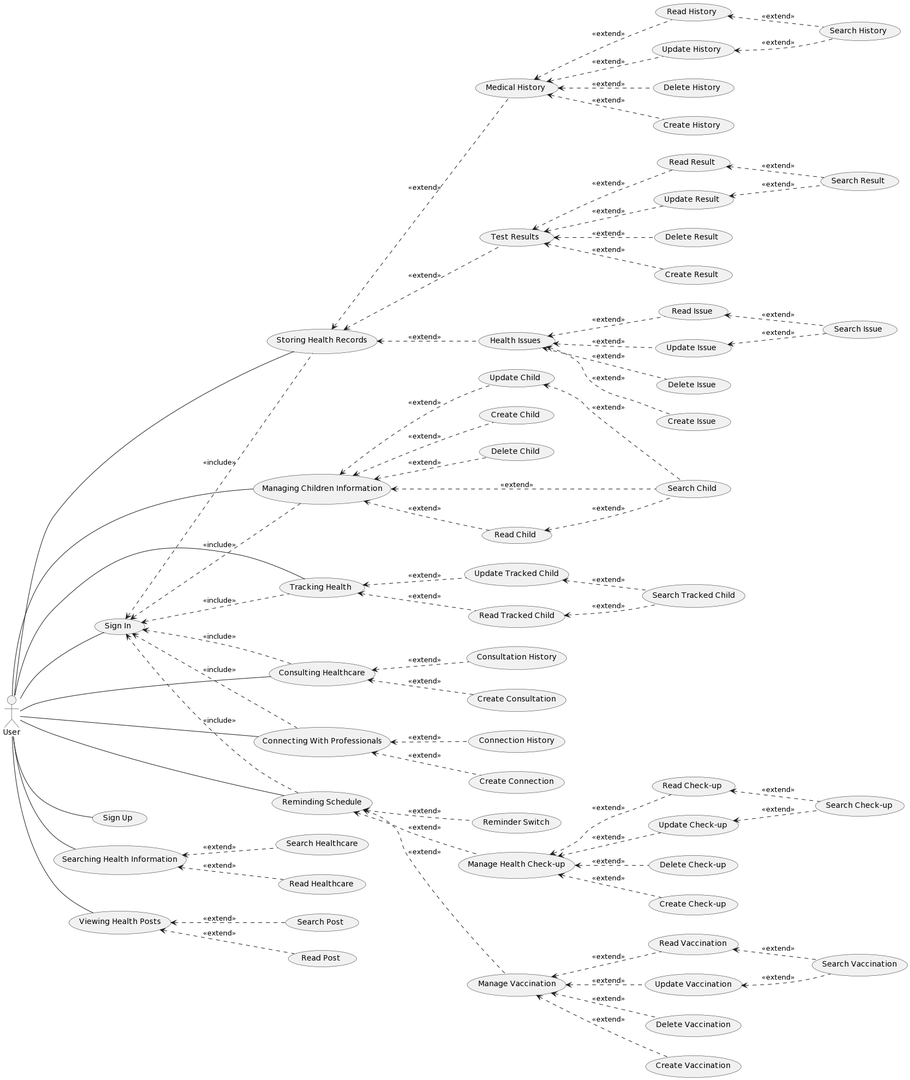
quangnk97/SE357-Pratice-class keeps this PlantUML diagram as Lab 1.2/usecase/use_case.png. Above is the earlier version. Source of this version:
```plantuml
@startuml
left to right direction
"User" as u
(Sign In) as (UC1)
(Sign Up) as (UC2)
(Searching Health Information) as (UC3)
(Managing Children Information) as (UC4)
(Tracking Health) as (UC5)
(Storing Health Records) as (UC6)
(Consulting Healthcare) as (UC7)
(Connecting With Professionals) as (UC8)
(Reminding Schedule) as (UC9)
(Viewing Health Posts) as (UC10)

:u: -- (UC1)
:u: -- (UC2)
:u: -- (UC3)
:u: -- (UC4)
:u: -- (UC5)
:u: -- (UC6)
:u: -- (UC7)
:u: -- (UC8)
:u: -- (UC9)
:u: -- (UC10)

(UC1) <.. (UC4) : <<include>>
(UC1) <.. (UC5) : <<include>>
(UC1) <.. (UC6) : <<include>>
(UC1) <.. (UC7) : <<include>>
(UC1) <.. (UC8) : <<include>>
(UC1) <.. (UC9) : <<include>>

(UC3) <.. (Search Healthcare) : <<extend>>
(UC3) <.. (Read Healthcare) : <<extend>>

(UC4) <.. (Search Child) : <<extend>>
(UC4) <.. (Create Child) : <<extend>>
(UC4) <.. (Read Child) : <<extend>>
(Read Child) <.. (Search Child) : <<extend>>
(UC4) <.. (Update Child) : <<extend>>
(Update Child) <.. (Search Child) : <<extend>>
(UC4) <.. (Delete Child) : <<extend>>

(UC5) <.. (Read Tracked Child) : <<extend>>
(Read Tracked Child) <.. (Search Tracked Child) : <<extend>>
(UC5) <.. (Update Tracked Child) : <<extend>>
(Update Tracked Child) <.. (Search Tracked Child) : <<extend>>

(UC6) <.. (Medical History) : <<extend>>
(UC6) <.. (Test Results) : <<extend>>
(UC6) <.. (Health Issues) : <<extend>>

(Medical History) <.. (Create History) : <<extend>>
(Medical History) <.. (Read History) : <<extend>>
(Read History) <.. (Search History) : <<extend>>
(Medical History) <.. (Update History) : <<extend>>
(Update History) <.. (Search History) : <<extend>>
(Medical History) <.. (Delete History) : <<extend>>

(Test Results) <.. (Create Result) : <<extend>>
(Test Results) <.. (Read Result) : <<extend>>
(Read Result) <.. (Search Result) : <<extend>>
(Test Results) <.. (Update Result) : <<extend>>
(Update Result) <.. (Search Result) : <<extend>>
(Test Results) <.. (Delete Result) : <<extend>>

(Health Issues) <.. (Create Issue) : <<extend>>
(Health Issues) <.. (Read Issue) : <<extend>>
(Read Issue) <.. (Search Issue) : <<extend>>
(Health Issues) <.. (Update Issue) : <<extend>>
(Update Issue) <.. (Search Issue) : <<extend>>
(Health Issues) <.. (Delete Issue) : <<extend>>

(UC7) <.. (Create Consultation) : <<extend>>
(UC7) <.. (Consultation History) : <<extend>>

(UC8) <.. (Create Connection) : <<extend>>
(UC8) <.. (Connection History) : <<extend>>

(UC9) <.. (Reminder Switch) : <<extend>>
(UC9) <.. (Manage Health Check-up) : <<extend>>
(UC9) <.. (Manage Vaccination) : <<extend>>

(Manage Health Check-up) <.. (Create Check-up) : <<extend>>
(Manage Health Check-up) <.. (Read Check-up) : <<extend>>
(Read Check-up) <.. (Search Check-up) : <<extend>>
(Manage Health Check-up) <.. (Update Check-up) : <<extend>>
(Update Check-up) <.. (Search Check-up) : <<extend>>
(Manage Health Check-up) <.. (Delete Check-up) : <<extend>>

(Manage Vaccination) <.. (Create Vaccination) : <<extend>>
(Manage Vaccination) <.. (Read Vaccination) : <<extend>>
(Read Vaccination) <.. (Search Vaccination) : <<extend>>
(Manage Vaccination) <.. (Update Vaccination) : <<extend>>
(Update Vaccination) <.. (Search Vaccination) : <<extend>>
(Manage Vaccination) <.. (Delete Vaccination) : <<extend>>

(UC10) <.. (Search Post) : <<extend>>
(UC10) <.. (Read Post) : <<extend>>
@enduml
```
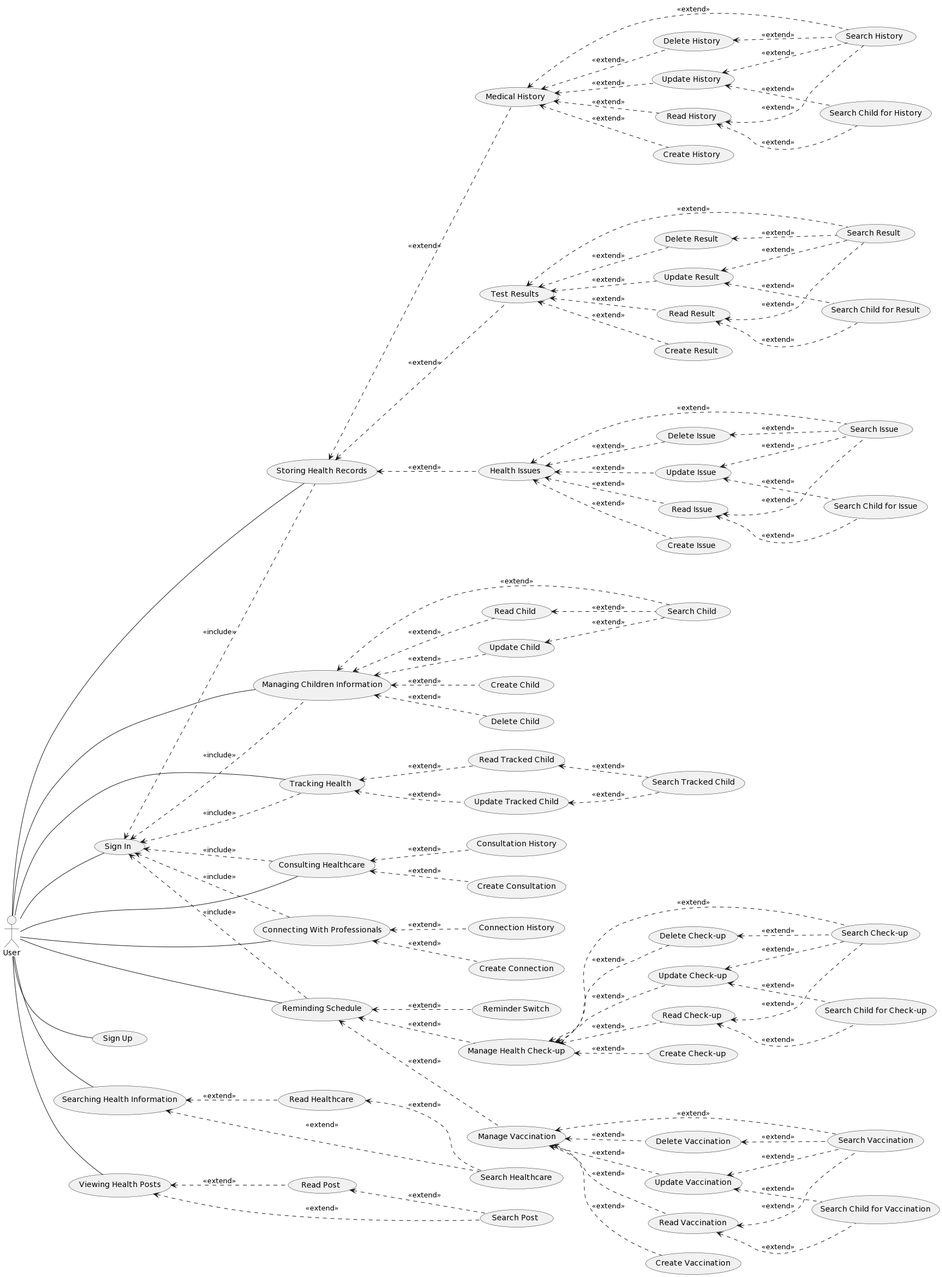
After the change.

Change to the diagram source:
```diff
@@ -32,6 +32,7 @@
 
 (UC3) <.. (Search Healthcare) : <<extend>>
 (UC3) <.. (Read Healthcare) : <<extend>>
+(Read Healthcare) <.. (Search Healthcare) : <<extend>>
 
 (UC4) <.. (Search Child) : <<extend>>
 (UC4) <.. (Create Child) : <<extend>>
@@ -50,26 +51,39 @@
 (UC6) <.. (Test Results) : <<extend>>
 (UC6) <.. (Health Issues) : <<extend>>
 
+(Medical History) <.. (Search History) : <<extend>>
 (Medical History) <.. (Create History) : <<extend>>
 (Medical History) <.. (Read History) : <<extend>>
+(Medical History) <.. (Update History) : <<extend>>
+(Medical History) <.. (Delete History) : <<extend>>
 (Read History) <.. (Search History) : <<extend>>
-(Medical History) <.. (Update History) : <<extend>>
+(Read History) <.. (Search Child for History) : <<extend>>
 (Update History) <.. (Search History) : <<extend>>
-(Medical History) <.. (Delete History) : <<extend>>
+(Update History) <.. (Search Child for History) : <<extend>>
+(Delete History) <.. (Search History) : <<extend>>
 
+(Test Results) <.. (Search Result) : <<extend>>
 (Test Results) <.. (Create Result) : <<extend>>
 (Test Results) <.. (Read Result) : <<extend>>
+(Test Results) <.. (Update Result) : <<extend>>
+(Test Results) <.. (Delete Result) : <<extend>>
 (Read Result) <.. (Search Result) : <<extend>>
-(Test Results) <.. (Update Result) : <<extend>>
+(Read Result) <.. (Search Child for Result) : <<extend>>
 (Update Result) <.. (Search Result) : <<extend>>
-(Test Results) <.. (Delete Result) : <<extend>>
+(Update Result) <.. (Search Child for Result) : <<extend>>
+(Delete Result) <.. (Search Result) : <<extend>>
 
+(Health Issues) <.. (Search Issue) : <<extend>>
 (Health Issues) <.. (Create Issue) : <<extend>>
 (Health Issues) <.. (Read Issue) : <<extend>>
+(Health Issues) <.. (Update Issue) : <<extend>>
+(Health Issues) <.. (Delete Issue) : <<extend>>
 (Read Issue) <.. (Search Issue) : <<extend>>
-(Health Issues) <.. (Update Issue) : <<extend>>
+(Read Issue) <.. (Search Child for Issue) : <<extend>>
 (Update Issue) <.. (Search Issue) : <<extend>>
-(Health Issues) <.. (Delete Issue) : <<extend>>
+(Update Issue) <.. (Search Child for Issue) : <<extend>>
+(Delete Issue) <.. (Search Issue) : <<extend>>
+
 
 (UC7) <.. (Create Consultation) : <<extend>>
 (UC7) <.. (Consultation History) : <<extend>>
@@ -81,20 +95,29 @@
 (UC9) <.. (Manage Health Check-up) : <<extend>>
 (UC9) <.. (Manage Vaccination) : <<extend>>
 
+(Manage Health Check-up) <.. (Search Check-up) : <<extend>>
 (Manage Health Check-up) <.. (Create Check-up) : <<extend>>
 (Manage Health Check-up) <.. (Read Check-up) : <<extend>>
+(Manage Health Check-up) <.. (Update Check-up) : <<extend>>
+(Manage Health Check-up) <.. (Delete Check-up) : <<extend>>
 (Read Check-up) <.. (Search Check-up) : <<extend>>
-(Manage Health Check-up) <.. (Update Check-up) : <<extend>>
+(Read Check-up) <.. (Search Child for Check-up) : <<extend>>
 (Update Check-up) <.. (Search Check-up) : <<extend>>
-(Manage Health Check-up) <.. (Delete Check-up) : <<extend>>
+(Update Check-up) <.. (Search Child for Check-up) : <<extend>>
+(Delete Check-up) <.. (Search Check-up) : <<extend>>
 
+(Manage Vaccination) <.. (Search Vaccination) : <<extend>>
 (Manage Vaccination) <.. (Create Vaccination) : <<extend>>
 (Manage Vaccination) <.. (Read Vaccination) : <<extend>>
+(Manage Vaccination) <.. (Update Vaccination) : <<extend>>
+(Manage Vaccination) <.. (Delete Vaccination) : <<extend>>
 (Read Vaccination) <.. (Search Vaccination) : <<extend>>
-(Manage Vaccination) <.. (Update Vaccination) : <<extend>>
+(Read Vaccination) <.. (Search Child for Vaccination) : <<extend>>
 (Update Vaccination) <.. (Search Vaccination) : <<extend>>
-(Manage Vaccination) <.. (Delete Vaccination) : <<extend>>
+(Update Vaccination) <.. (Search Child for Vaccination) : <<extend>>
+(Delete Vaccination) <.. (Search Vaccination) : <<extend>>
 
 (UC10) <.. (Search Post) : <<extend>>
 (UC10) <.. (Read Post) : <<extend>>
+(Read Post) <.. (Search Post) : <<extend>>
 @enduml
```
